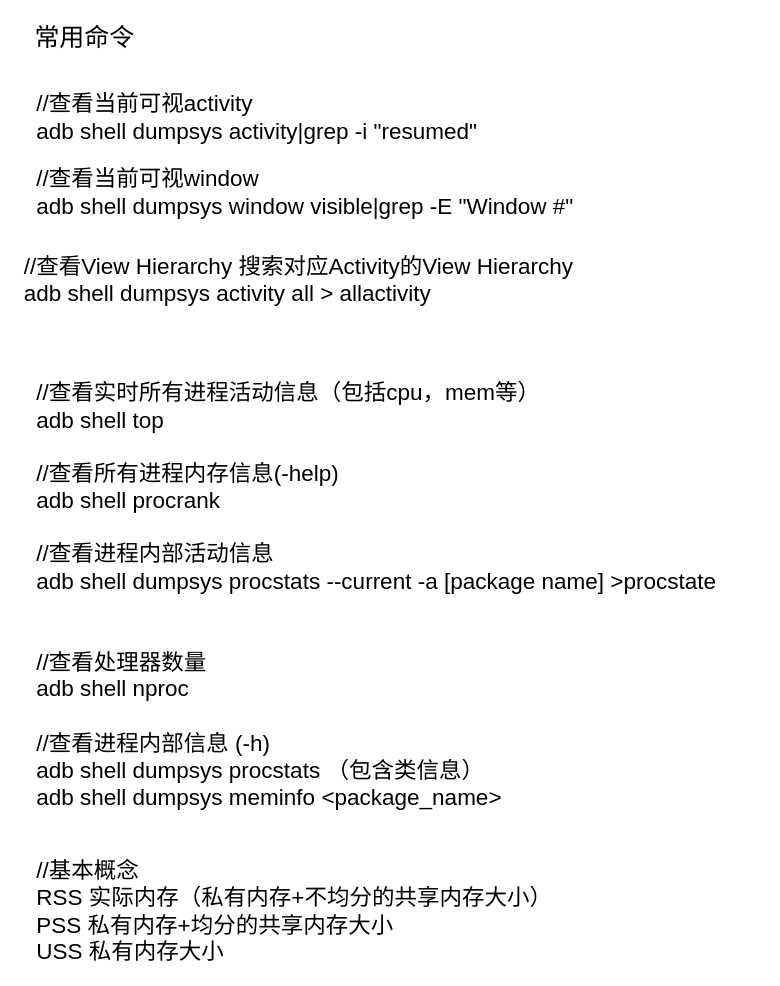
Before: page "dumpsys" (8 of 10) of AF review.drawio in LBACK1912/chart, a draw.io diagram. Source tidied: cells renumbered, new cells numbered last; positions are measured from the earlier drawing's top-left corner, leaving out a move shared by most shapes. Both pictures are drawn from the tidied source at 125%, with x=0, y=0 at pixel (21, 24).
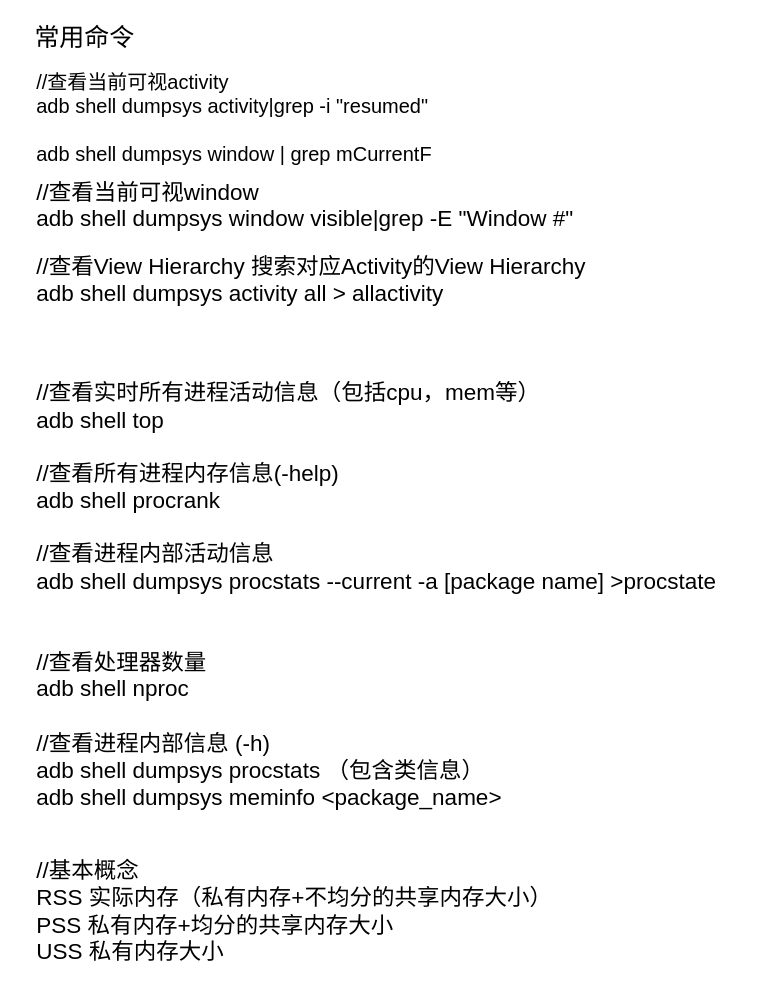
After the change.

Diff of the diagram source:
```diff
@@
 <mxGraphModel>
   <root>
     <mxCell id="0" />
     <mxCell id="1" parent="0" />
     <mxCell id="2" value="&lt;font style=&quot;font-size: 20px&quot;&gt;常用命令&lt;/font&gt;" style="text;html=1;align=center;verticalAlign=middle;" parent="1" vertex="1">
       <mxGeometry width="100" height="20" as="geometry" />
     </mxCell>
-    <mxCell id="3" value="&lt;div style=&quot;font-size: 18px&quot; align=&quot;left&quot;&gt;&lt;font style=&quot;font-size: 18px&quot;&gt;//查看当前可视activity&lt;br&gt;adb shell dumpsys activity|grep -i &quot;resumed&quot;&lt;/font&gt;&lt;/div&gt;" style="text;html=1;align=left;verticalAlign=middle;" parent="1" vertex="1">
-      <mxGeometry x="10" y="60" width="390" height="30" as="geometry" />
+    <mxCell id="3" value="&lt;div style=&quot;font-size: 16px&quot; align=&quot;left&quot;&gt;&lt;font style=&quot;font-size: 16px&quot;&gt;//查看当前可视activity&lt;br&gt;adb shell dumpsys activity|grep -i &quot;resumed&quot;&lt;/font&gt;&lt;/div&gt;&lt;div style=&quot;font-size: 16px&quot;&gt;&lt;font style=&quot;font-size: 16px&quot;&gt;&lt;br&gt;&lt;/font&gt;&lt;/div&gt;&lt;div style=&quot;font-size: 16px&quot;&gt;&lt;font style=&quot;font-size: 16px&quot;&gt;adb shell dumpsys window | grep mCurrentF&lt;br&gt;&lt;/font&gt;&lt;/div&gt;" style="text;html=1;align=left;verticalAlign=middle;" parent="1" vertex="1">
+      <mxGeometry x="10" y="45" width="350" height="60" as="geometry" />
     </mxCell>
-    <mxCell id="4" value="&lt;div style=&quot;font-size: 18px&quot; align=&quot;left&quot;&gt;&lt;font style=&quot;font-size: 18px&quot;&gt;//查看当前可视window&lt;br&gt;&lt;/font&gt;&lt;/div&gt;&lt;div style=&quot;font-size: 18px&quot; align=&quot;left&quot;&gt;&lt;font style=&quot;font-size: 18px&quot;&gt;adb shell dumpsys window visible|grep -E &quot;Window #&quot;&lt;/font&gt;&lt;/div&gt;" style="text;html=1;align=left;verticalAlign=middle;" parent="1" vertex="1">
-      <mxGeometry x="10" y="120" width="470" height="30" as="geometry" />
+    <mxCell id="4" value="&lt;div style=&quot;font-size: 18px&quot; align=&quot;left&quot;&gt;&lt;font style=&quot;font-size: 18px&quot;&gt;&lt;br&gt;&lt;/font&gt;&lt;/div&gt;&lt;div style=&quot;font-size: 18px&quot; align=&quot;left&quot;&gt;&lt;font style=&quot;font-size: 18px&quot;&gt;//查看当前可视window&lt;br&gt;&lt;/font&gt;&lt;/div&gt;&lt;div style=&quot;font-size: 18px&quot; align=&quot;left&quot;&gt;&lt;font style=&quot;font-size: 18px&quot;&gt;adb shell dumpsys window visible|grep -E &quot;Window #&quot;&lt;/font&gt;&lt;/div&gt;" style="text;html=1;align=left;verticalAlign=middle;" parent="1" vertex="1">
+      <mxGeometry x="10" y="110" width="470" height="50" as="geometry" />
     </mxCell>
     <mxCell id="5" value="&lt;div style=&quot;font-size: 18px&quot; align=&quot;left&quot;&gt;&lt;font style=&quot;font-size: 18px&quot;&gt;//查看View Hierarchy &lt;/font&gt;&lt;font style=&quot;font-size: 18px&quot;&gt;&lt;font style=&quot;font-size: 18px&quot;&gt;搜索对应Activity的View Hierarchy&lt;/font&gt;&lt;/font&gt;&lt;br&gt;&lt;font style=&quot;font-size: 18px&quot;&gt;adb shell dumpsys activity all &amp;gt; allactivity&lt;/font&gt;&lt;/div&gt;" style="text;html=1;align=left;verticalAlign=middle;" parent="1" vertex="1">
-      <mxGeometry y="190" width="470" height="30" as="geometry" />
+      <mxGeometry x="10" y="190" width="470" height="30" as="geometry" />
     </mxCell>
     <mxCell id="6" value="&lt;div align=&quot;left&quot;&gt;&lt;font style=&quot;font-size: 18px&quot;&gt;&lt;br&gt;&lt;/font&gt;&lt;/div&gt;&lt;div align=&quot;left&quot;&gt;&lt;font style=&quot;font-size: 18px&quot;&gt;//查看实时所有进程活动信息（包括cpu，mem等）&lt;/font&gt;&lt;br&gt;&lt;font style=&quot;font-size: 18px&quot;&gt;adb shell top&lt;/font&gt;&lt;br&gt;&lt;font style=&quot;font-size: 18px&quot;&gt;&lt;br&gt;&lt;/font&gt;&lt;/div&gt;&lt;div align=&quot;left&quot;&gt;&lt;font style=&quot;font-size: 18px&quot;&gt;//查看所有进程内存信息(-help)&lt;/font&gt;&lt;br&gt;&lt;font style=&quot;font-size: 18px&quot;&gt;adb shell procrank &lt;/font&gt;&lt;br&gt;&lt;font style=&quot;font-size: 18px&quot;&gt;&lt;br&gt;&lt;/font&gt;&lt;/div&gt;&lt;div align=&quot;left&quot;&gt;&lt;font style=&quot;font-size: 18px&quot;&gt;//查看进程内部活动信息&lt;/font&gt;&lt;br&gt;&lt;font style=&quot;font-size: 18px&quot;&gt;adb shell dumpsys procstats --current -a [package name] &amp;gt;procstate&lt;/font&gt;&lt;/div&gt;" style="text;html=1;align=left;verticalAlign=middle;" parent="1" vertex="1">
       <mxGeometry x="10" y="285" width="580" height="150" as="geometry" />
     </mxCell>
     <mxCell id="7" value="&lt;div style=&quot;font-size: 18px&quot; align=&quot;left&quot;&gt;&lt;font style=&quot;font-size: 18px&quot;&gt;//查看处理器数量&lt;br&gt;adb shell nproc&lt;br&gt;&amp;nbsp;&lt;br&gt;//查看进程内部信息 (-h)&lt;br&gt;adb shell dumpsys procstats （包含类信息）&lt;br&gt;adb shell dumpsys meminfo &amp;lt;package_name&amp;gt;&lt;/font&gt;&lt;/div&gt;" style="text;html=1;align=left;verticalAlign=middle;" parent="1" vertex="1">
       <mxGeometry x="10" y="520" width="400" height="90" as="geometry" />
     </mxCell>
     <mxCell id="8" value="&lt;div style=&quot;font-size: 18px&quot; align=&quot;left&quot;&gt;&lt;font style=&quot;font-size: 18px&quot;&gt;//基本概念&lt;br&gt;RSS 实际内存（私有内存+不均分的共享内存大小）&lt;br&gt;PSS 私有内存+均分的共享内存大小&lt;br&gt;USS 私有内存大小&lt;/font&gt;&lt;/div&gt;" style="text;html=1;align=left;verticalAlign=middle;" parent="1" vertex="1">
       <mxGeometry x="10" y="680" width="420" height="60" as="geometry" />
     </mxCell>
   </root>
 </mxGraphModel>
```
